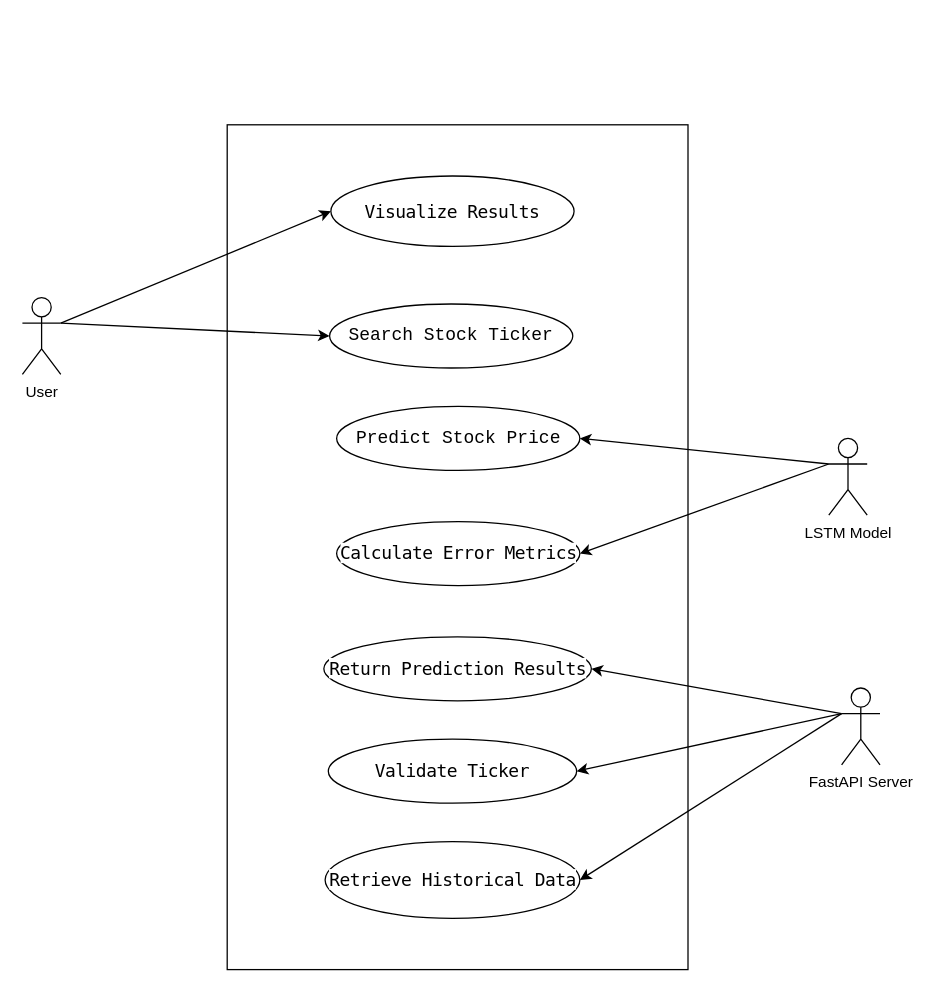
Earlier version of the draw.io diagram Documents/UsecaseDiagram.drawio (Nilesh-Nath/StockSense). Source tidied: cells renumbered, new cells numbered last; positions are measured from the earlier drawing's top-left corner, leaving out a move shared by most shapes. Both pictures are drawn from the tidied source at 128%, with x=0, y=0 at pixel (22, 124).
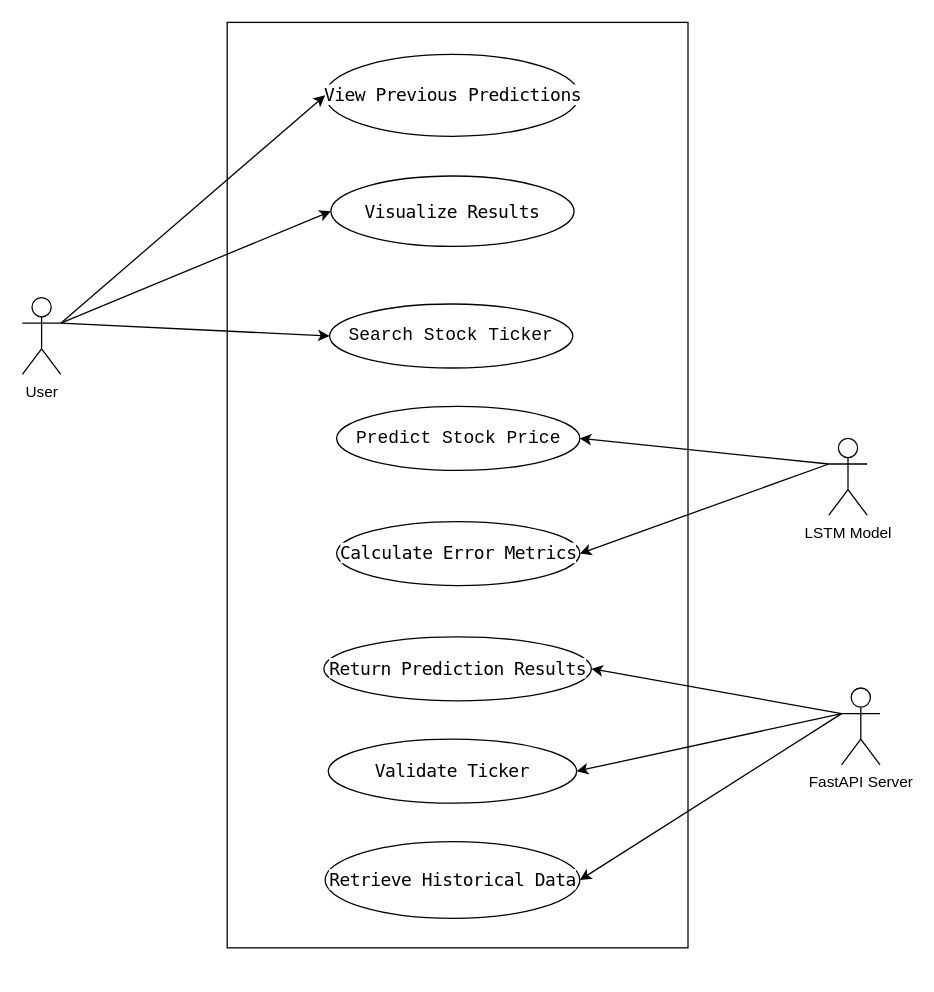
After the change.

The change refers to these unchanged cells:
```xml
<mxCell id="9" value="User" style="shape=umlActor;verticalLabelPosition=bottom;verticalAlign=top;html=1;outlineConnect=0;" parent="1" vertex="1">
  <mxGeometry y="135" width="30" height="60" as="geometry" />
</mxCell>
```

What changed in the source:
```diff
@@
     <mxCell id="2" style="rounded=0;whiteSpace=wrap;html=1;" parent="1" vertex="1">
-      <mxGeometry x="160" width="360" height="660" as="geometry" />
+      <mxGeometry x="160" y="-80" width="360" height="723" as="geometry" />
     </mxCell>
@@
+    <mxCell id="20" value="&lt;span style=&quot;font-family: &amp;quot;Fira Code&amp;quot;, &amp;quot;Fira Mono&amp;quot;, Menlo, Consolas, &amp;quot;DejaVu Sans Mono&amp;quot;, monospace; font-size: 14px; letter-spacing: -0.4px; text-align: left; white-space: pre; background-color: rgb(255, 255, 255);&quot;&gt;&lt;font style=&quot;color: rgb(0, 0, 0);&quot;&gt;View Previous Predictions&lt;/font&gt;&lt;/span&gt;" style="ellipse;whiteSpace=wrap;html=1;" parent="1" vertex="1">
+      <mxGeometry x="236.5" y="-55" width="198.5" height="64" as="geometry" />
+    </mxCell>
+    <mxCell id="21" style="endArrow=classic;html=1;rounded=0;exitX=1;exitY=0.3333333333333333;exitDx=0;exitDy=0;exitPerimeter=0;entryX=0;entryY=0.5;entryDx=0;entryDy=0;" parent="1" edge="1" source="9" target="20">
+      <mxGeometry relative="1" as="geometry" />
+    </mxCell>
```
